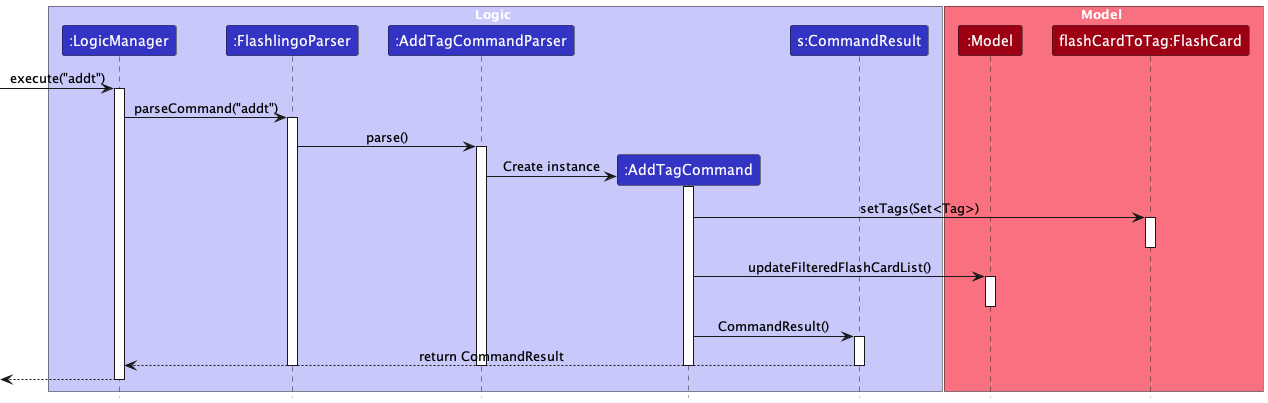
Before: docs/images/AddTagsSequenceDiagram.png, a diagram exported from PlantUML (nus-cs2103-AY2324S1/tp).
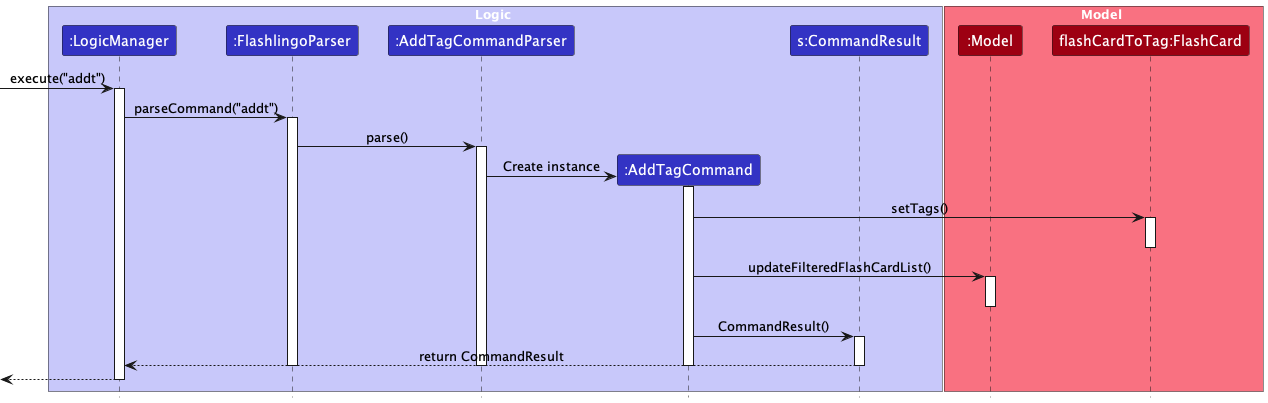
After the change.

Commit message:
Add sequence diagram fixes

Change to the diagram source:
```diff
@@ -28,7 +28,7 @@
 activate AddTagCommand
 
 
-AddTagCommand -> FlashCard: setTags(Set<Tag>)
+AddTagCommand -> FlashCard: setTags()
 activate FlashCard
 deactivate FlashCard
 AddTagCommand -> Model: updateFilteredFlashCardList()
```
